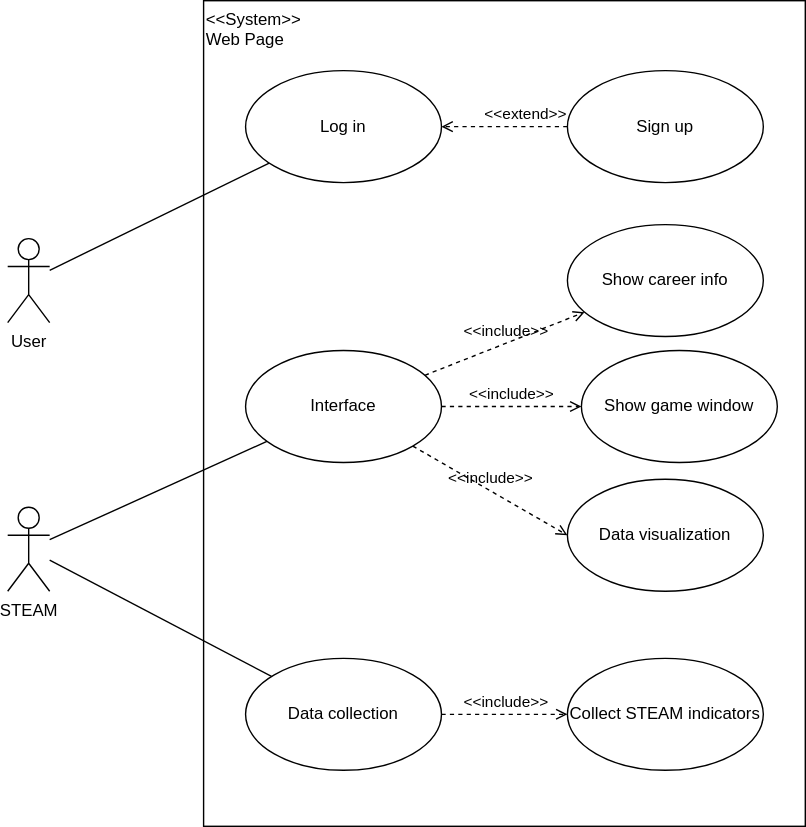
Above: diagrams/caso-de-uso-STEAM.drawio.svg in ITC21/srsdoc (draw.io), before the change. Source tidied: cells renumbered, new cells last; positions are measured from the earlier drawing's top-left corner, leaving out a move shared by most shapes.
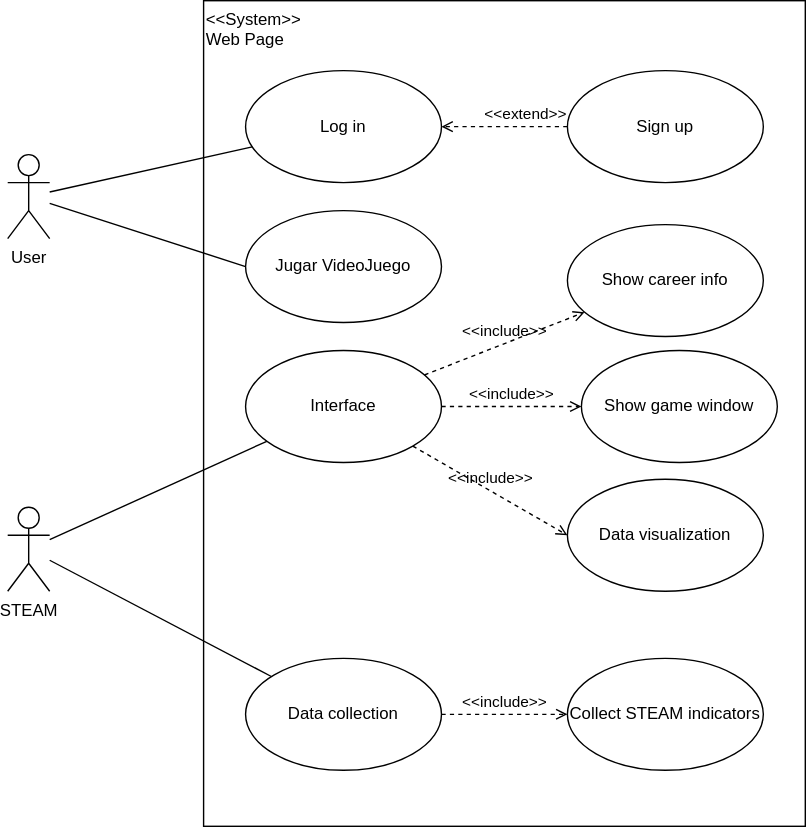
After the change.

Change to the diagram source:
```diff
@@ -6,7 +6,7 @@
       <mxGeometry x="140" width="430" height="590" as="geometry" />
     </mxCell>
     <mxCell id="3" value="User" style="shape=umlActor;verticalLabelPosition=bottom;verticalAlign=top;html=1;outlineConnect=0;align=center;" parent="1" vertex="1">
-      <mxGeometry y="170" width="30" height="60" as="geometry" />
+      <mxGeometry y="110" width="30" height="60" as="geometry" />
     </mxCell>
     <mxCell id="4" value="Log in" style="ellipse;whiteSpace=wrap;html=1;align=center;" parent="1" vertex="1">
       <mxGeometry x="170" y="50" width="140" height="80" as="geometry" />
@@ -59,5 +59,11 @@
     <mxCell id="20" value="&amp;lt;&amp;lt;include&amp;gt;&amp;gt;" style="html=1;verticalAlign=bottom;labelBackgroundColor=none;endArrow=open;endFill=0;dashed=1;entryX=0;entryY=0.5;entryDx=0;entryDy=0;exitX=1;exitY=1;exitDx=0;exitDy=0;" parent="1" edge="1" source="7" target="18">
       <mxGeometry relative="1" as="geometry" />
     </mxCell>
+    <mxCell id="21" value="Jugar VideoJuego" style="ellipse;whiteSpace=wrap;html=1;align=center;" parent="1" vertex="1">
+      <mxGeometry x="170" y="150" width="140" height="80" as="geometry" />
+    </mxCell>
+    <mxCell id="22" style="endArrow=none;html=1;entryX=0;entryY=0.5;entryDx=0;entryDy=0;" parent="1" edge="1" source="3" target="21">
+      <mxGeometry relative="1" as="geometry" />
+    </mxCell>
   </root>
 </mxGraphModel>
```
